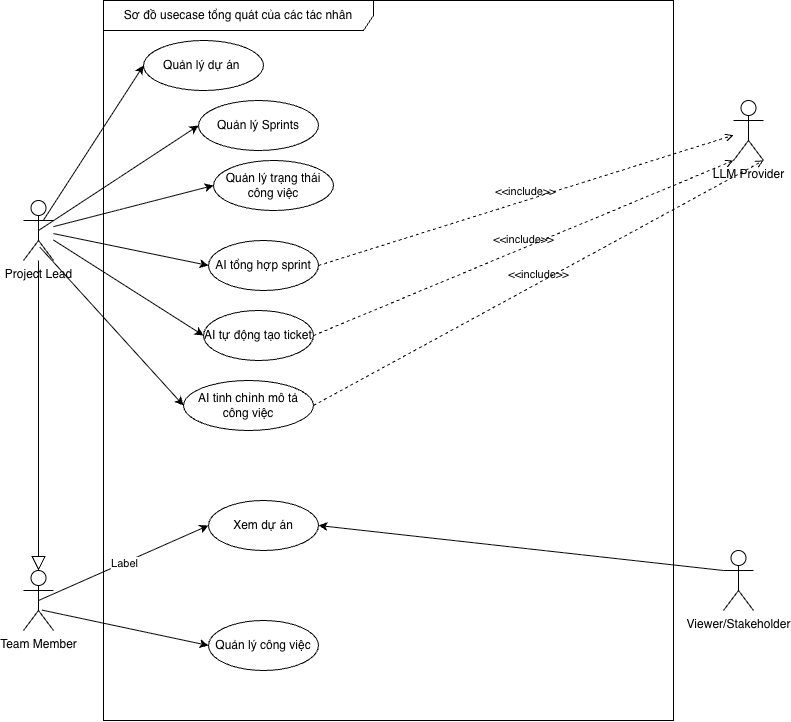
Earlier version of the draw.io export reports/dat-examples/report/images/usecase_tongquan.png (toantran292/datn). Source tidied: cells renumbered, new cells last; positions are measured from the earlier drawing's top-left corner, leaving out a move shared by most shapes.
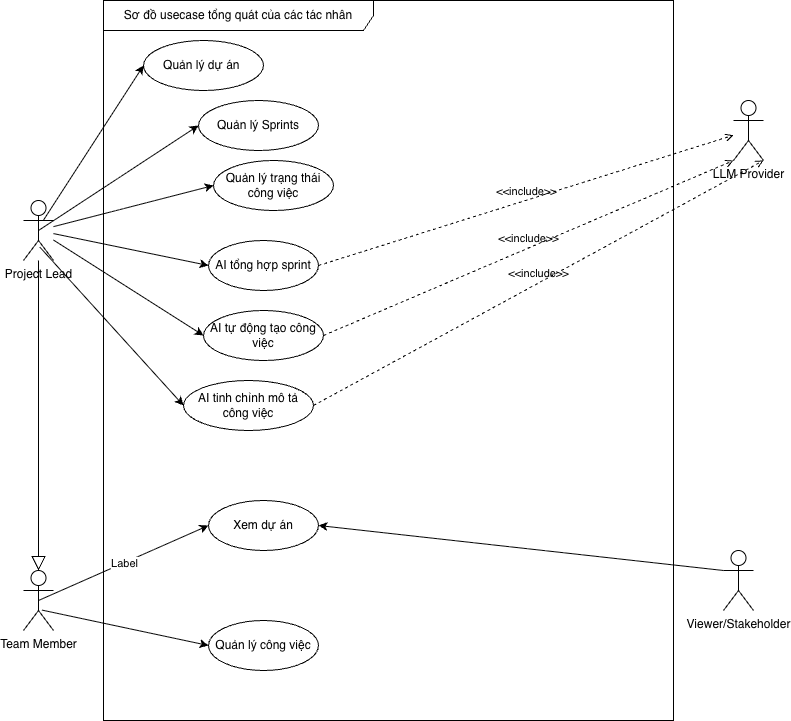
After the commit.

Diff of the diagram source:
```diff
@@ -23,8 +23,8 @@
     <mxCell id="8" value="Xem dự án" style="ellipse;whiteSpace=wrap;html=1;" parent="2" vertex="1">
       <mxGeometry x="105" y="500" width="110" height="50" as="geometry" />
     </mxCell>
-    <mxCell id="9" value="AI tự động tạo ticket" style="ellipse;whiteSpace=wrap;html=1;" parent="2" vertex="1">
-      <mxGeometry x="100" y="310" width="110" height="50" as="geometry" />
+    <mxCell id="9" value="AI tự động tạo công việc" style="ellipse;whiteSpace=wrap;html=1;" parent="2" vertex="1">
+      <mxGeometry x="100" y="310" width="120" height="50" as="geometry" />
     </mxCell>
     <mxCell id="10" value="AI tinh chỉnh mô tả công việc" style="ellipse;whiteSpace=wrap;html=1;" parent="2" vertex="1">
       <mxGeometry x="80" y="380" width="130" height="50" as="geometry" />
```
